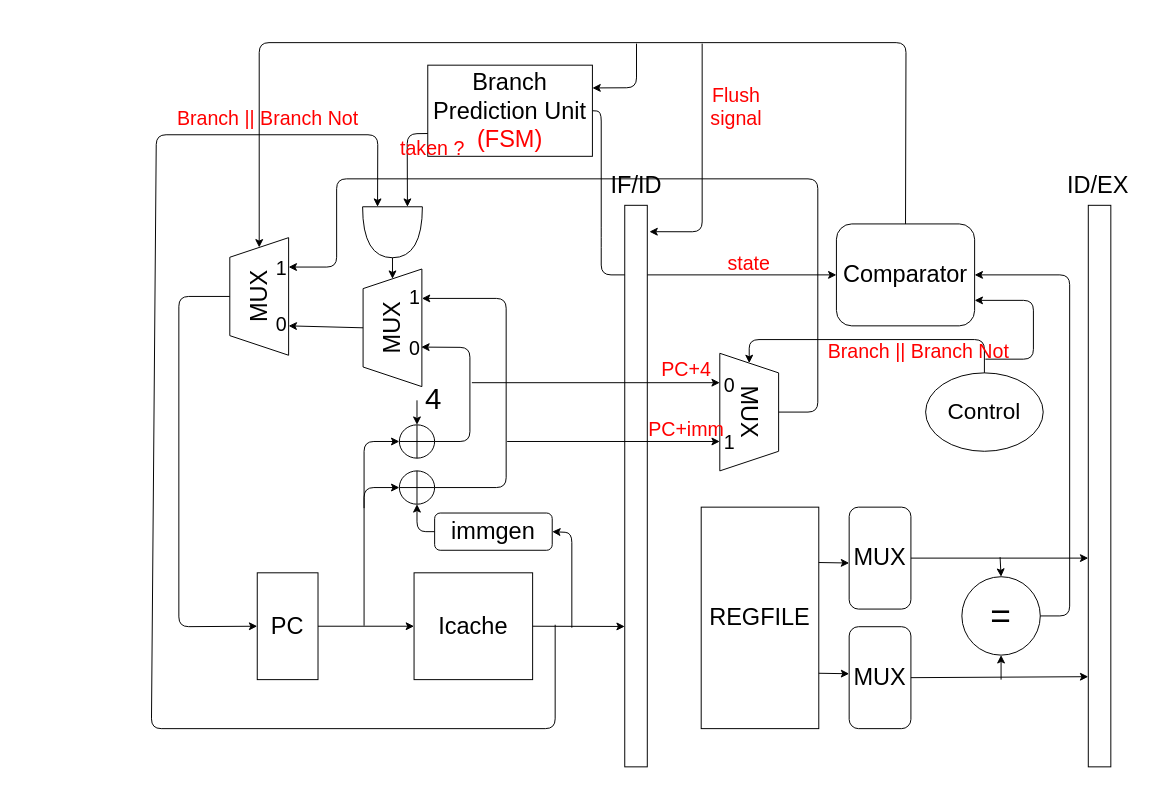
NTUEE-DSD-G1/Pipelined-RISCV keeps this draw.io diagram as page "第2頁" (2 of 3) of Pipeline.drawio. Above is the earlier version. Source tidied: cells renumbered, new cells numbered last; positions are measured from the earlier drawing's top-left corner, leaving out a move shared by most shapes. Both pictures are drawn from the tidied source at 98%, with x=0, y=0 at pixel (151, 42).
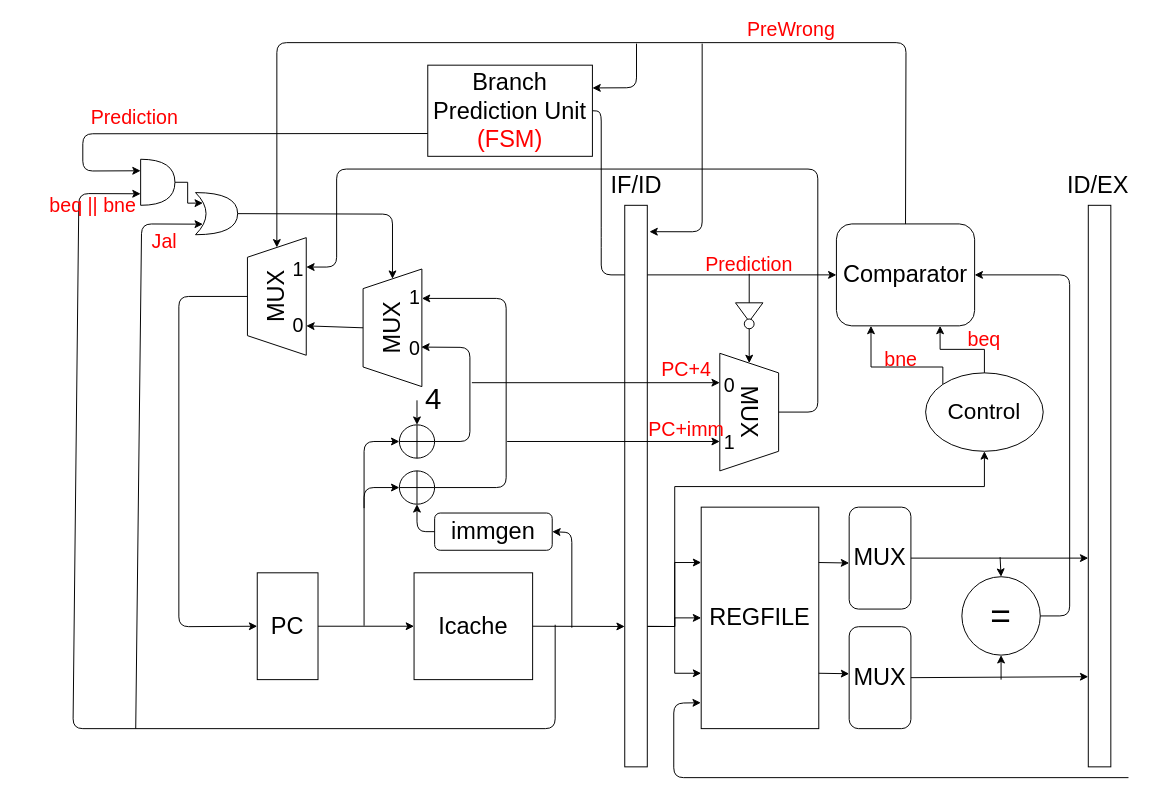
The same page after the edit.

The change refers to these unchanged cells:
```xml
<mxCell id="5" value="&lt;font style=&quot;font-size: 24px&quot;&gt;REGFILE&lt;/font&gt;" style="rounded=0;whiteSpace=wrap;html=1;" parent="1" vertex="1">
  <mxGeometry x="561" y="474" width="120" height="226" as="geometry" />
</mxCell>
<mxCell id="6" value="&lt;font style=&quot;font-size: 24px&quot;&gt;Branch Prediction Unit&lt;br&gt;&lt;font color=&quot;#ff0000&quot;&gt;(FSM)&lt;/font&gt;&lt;br&gt;&lt;/font&gt;" style="rounded=0;whiteSpace=wrap;html=1;" parent="1" vertex="1">
  <mxGeometry x="282" y="23" width="168" height="93" as="geometry" />
</mxCell>
<mxCell id="16" value="&lt;font style=&quot;font-size: 24px&quot;&gt;Comparator&lt;/font&gt;" style="rounded=1;whiteSpace=wrap;html=1;" parent="1" vertex="1">
  <mxGeometry x="699" y="185" width="141" height="104" as="geometry" />
</mxCell>
<mxCell id="19" style="rounded=0;whiteSpace=wrap;html=1;" parent="1" vertex="1">
  <mxGeometry x="483" y="166" width="23" height="573" as="geometry" />
</mxCell>
<mxCell id="34" value="&lt;font style=&quot;font-size: 24px&quot;&gt;MUX&lt;/font&gt;" style="shape=trapezoid;perimeter=trapezoidPerimeter;whiteSpace=wrap;html=1;fixedSize=1;rotation=-90;" parent="1" vertex="1">
  <mxGeometry x="186" y="261" width="120" height="60" as="geometry" />
</mxCell>
<mxCell id="38" value="&lt;font style=&quot;font-size: 24px&quot;&gt;MUX&lt;/font&gt;" style="shape=trapezoid;perimeter=trapezoidPerimeter;whiteSpace=wrap;html=1;fixedSize=1;rotation=90;" parent="1" vertex="1">
  <mxGeometry x="550" y="347" width="120" height="60" as="geometry" />
</mxCell>
<mxCell id="59" value="&lt;font style=&quot;font-size: 23px&quot;&gt;Control&lt;/font&gt;" style="ellipse;whiteSpace=wrap;html=1;" parent="1" vertex="1">
  <mxGeometry x="790" y="337" width="120" height="80" as="geometry" />
</mxCell>
```

Diff of the diagram source:
```diff
@@
+    <mxCell id="66" style="edgeStyle=orthogonalEdgeStyle;rounded=0;jettySize=auto;html=1;exitX=1;exitY=0.75;exitDx=0;exitDy=0;entryX=0;entryY=0.25;entryDx=0;entryDy=0;" parent="1" edge="1" source="19" target="5">
+      <mxGeometry relative="1" as="geometry">
+        <Array as="points">
+          <mxPoint x="534" y="596" />
+          <mxPoint x="534" y="531" />
+        </Array>
+      </mxGeometry>
+    </mxCell>
+    <mxCell id="67" style="edgeStyle=orthogonalEdgeStyle;rounded=0;jettySize=auto;html=1;exitX=1;exitY=0.75;exitDx=0;exitDy=0;entryX=0;entryY=0.5;entryDx=0;entryDy=0;" parent="1" edge="1" source="19" target="5">
+      <mxGeometry relative="1" as="geometry">
+        <Array as="points">
+          <mxPoint x="534" y="596" />
+          <mxPoint x="534" y="587" />
+        </Array>
+      </mxGeometry>
+    </mxCell>
+    <mxCell id="68" style="edgeStyle=orthogonalEdgeStyle;rounded=0;jettySize=auto;html=1;exitX=1;exitY=0.75;exitDx=0;exitDy=0;entryX=0.5;entryY=1;entryDx=0;entryDy=0;" parent="1" edge="1" source="19" target="59">
+      <mxGeometry relative="1" as="geometry">
+        <Array as="points">
+          <mxPoint x="534" y="596" />
+          <mxPoint x="534" y="453" />
+          <mxPoint x="850" y="453" />
+        </Array>
+      </mxGeometry>
+    </mxCell>
+    <mxCell id="69" style="edgeStyle=orthogonalEdgeStyle;rounded=0;jettySize=auto;html=1;exitX=1;exitY=0.75;exitDx=0;exitDy=0;entryX=0;entryY=0.75;entryDx=0;entryDy=0;" parent="1" edge="1" source="19" target="5">
+      <mxGeometry relative="1" as="geometry">
+        <Array as="points">
+          <mxPoint x="534" y="596" />
+          <mxPoint x="534" y="644" />
+        </Array>
+      </mxGeometry>
+    </mxCell>
@@
     <mxCell id="20" value="&lt;font style=&quot;font-size: 24px&quot;&gt;MUX&lt;/font&gt;" style="shape=trapezoid;perimeter=trapezoidPerimeter;whiteSpace=wrap;html=1;fixedSize=1;rotation=-90;" parent="1" vertex="1">
-      <mxGeometry x="50" y="229" width="120" height="60" as="geometry" />
+      <mxGeometry x="68" y="229" width="120" height="60" as="geometry" />
     </mxCell>
@@
     <mxCell id="43" style="endArrow=classic;html=1;exitX=0.5;exitY=0;exitDx=0;exitDy=0;entryX=0.75;entryY=1;entryDx=0;entryDy=0;" parent="1" edge="1" source="38" target="20">
       <mxGeometry relative="1" as="geometry">
         <Array as="points">
           <mxPoint x="680" y="377" />
-          <mxPoint x="680" y="139" />
-          <mxPoint x="189" y="139" />
+          <mxPoint x="680" y="129" />
+          <mxPoint x="189" y="129" />
           <mxPoint x="189" y="229" />
         </Array>
       </mxGeometry>
     </mxCell>
+    <mxCell id="70" style="edgeStyle=orthogonalEdgeStyle;rounded=0;jettySize=auto;html=1;exitX=1;exitY=0.5;exitDx=0;exitDy=0;exitPerimeter=0;entryX=0.175;entryY=0.25;entryDx=0;entryDy=0;entryPerimeter=0;" parent="1" edge="1" source="44" target="80">
+      <mxGeometry relative="1" as="geometry">
+        <Array as="points">
+          <mxPoint x="37" y="143" />
+          <mxPoint x="37" y="164" />
+        </Array>
+      </mxGeometry>
+    </mxCell>
-    <mxCell id="44" style="shape=or;whiteSpace=wrap;html=1;rotation=90;" parent="1" vertex="1">
-      <mxGeometry x="220" y="163" width="52" height="61" as="geometry" />
+    <mxCell id="44" style="shape=or;whiteSpace=wrap;html=1;rotation=0;" parent="1" vertex="1">
+      <mxGeometry x="-11" y="119" width="35" height="47" as="geometry" />
     </mxCell>
     <mxCell id="45" style="endArrow=classic;html=1;entryX=0;entryY=0.25;entryDx=0;entryDy=0;entryPerimeter=0;exitX=0;exitY=0.75;exitDx=0;exitDy=0;" parent="1" edge="1" source="6" target="44">
       <mxGeometry relative="1" as="geometry">
         <Array as="points">
-          <mxPoint x="261" y="93" />
+          <mxPoint x="-70" y="93" />
+          <mxPoint x="-70" y="131" />
         </Array>
       </mxGeometry>
     </mxCell>
     <mxCell id="46" style="endArrow=classic;html=1;entryX=0;entryY=0.75;entryDx=0;entryDy=0;entryPerimeter=0;" parent="1" edge="1" target="44">
       <mxGeometry relative="1" as="geometry">
         <mxPoint x="412" y="594" as="sourcePoint" />
         <Array as="points">
           <mxPoint x="412" y="700" />
-          <mxPoint y="700" />
-          <mxPoint x="5" y="94" />
-          <mxPoint x="231" y="94" />
+          <mxPoint x="-80" y="700" />
+          <mxPoint x="-74" y="154" />
         </Array>
       </mxGeometry>
     </mxCell>
     <mxCell id="47" style="endArrow=classic;html=1;exitX=0.5;exitY=0;exitDx=0;exitDy=0;entryX=1;entryY=0.5;entryDx=0;entryDy=0;" parent="1" edge="1" source="16" target="20">
       <mxGeometry relative="1" as="geometry">
         <Array as="points">
           <mxPoint x="770" />
-          <mxPoint x="110" />
+          <mxPoint x="128" />
         </Array>
       </mxGeometry>
     </mxCell>
@@
-    <mxCell id="49" style="endArrow=classic;html=1;exitX=1;exitY=0.5;exitDx=0;exitDy=0;exitPerimeter=0;entryX=1;entryY=0.5;entryDx=0;entryDy=0;" parent="1" edge="1" source="44" target="34">
-      <mxGeometry relative="1" as="geometry" />
-    </mxCell>
     <mxCell id="50" value="&lt;font style=&quot;font-size: 20px&quot;&gt;0&lt;/font&gt;" style="text;html=1;strokeColor=none;fillColor=none;align=center;verticalAlign=middle;whiteSpace=wrap;rounded=0;" parent="1" vertex="1">
-      <mxGeometry x="113" y="277" width="40" height="20" as="geometry" />
+      <mxGeometry x="130" y="277.5" width="40" height="20" as="geometry" />
     </mxCell>
@@
     <mxCell id="53" value="&lt;font style=&quot;font-size: 20px&quot;&gt;1&lt;/font&gt;" style="text;html=1;strokeColor=none;fillColor=none;align=center;verticalAlign=middle;whiteSpace=wrap;rounded=0;" parent="1" vertex="1">
-      <mxGeometry x="113" y="220" width="40" height="20" as="geometry" />
+      <mxGeometry x="130" y="220.5" width="40" height="20" as="geometry" />
     </mxCell>
@@
-    <mxCell id="56" value="&lt;font style=&quot;font-size: 20px&quot; color=&quot;#ff0000&quot;&gt;state&lt;/font&gt;" style="text;html=1;strokeColor=none;fillColor=none;align=center;verticalAlign=middle;whiteSpace=wrap;rounded=0;" parent="1" vertex="1">
-      <mxGeometry x="529" y="214" width="162" height="20" as="geometry" />
+    <mxCell id="56" value="&lt;font style=&quot;font-size: 20px&quot; color=&quot;#ff0000&quot;&gt;Prediction&lt;/font&gt;" style="text;html=1;strokeColor=none;fillColor=none;align=center;verticalAlign=middle;whiteSpace=wrap;rounded=0;" parent="1" vertex="1">
+      <mxGeometry x="529" y="216" width="162" height="20" as="geometry" />
     </mxCell>
-    <mxCell id="57" style="endArrow=classic;html=1;entryX=0;entryY=0.5;entryDx=0;entryDy=0;exitX=0.5;exitY=0;exitDx=0;exitDy=0;" parent="1" edge="1" source="59" target="38">
-      <mxGeometry relative="1" as="geometry">
-        <Array as="points">
-          <mxPoint x="850" y="303" />
-          <mxPoint x="610" y="303" />
-        </Array>
-      </mxGeometry>
-    </mxCell>
-    <mxCell id="58" style="endArrow=classic;html=1;entryX=1;entryY=0.75;entryDx=0;entryDy=0;" parent="1" edge="1" target="16">
-      <mxGeometry relative="1" as="geometry">
-        <mxPoint x="851" y="323" as="sourcePoint" />
-        <Array as="points">
-          <mxPoint x="900" y="323" />
-          <mxPoint x="900" y="263" />
-        </Array>
-      </mxGeometry>
-    </mxCell>
+    <mxCell id="71" style="edgeStyle=orthogonalEdgeStyle;rounded=0;jettySize=auto;html=1;exitX=0;exitY=0;exitDx=0;exitDy=0;entryX=0.25;entryY=1;entryDx=0;entryDy=0;" parent="1" edge="1" source="59" target="16">
+      <mxGeometry relative="1" as="geometry">
+        <Array as="points">
+          <mxPoint x="808" y="331" />
+          <mxPoint x="734" y="331" />
+        </Array>
+      </mxGeometry>
+    </mxCell>
+    <mxCell id="72" style="edgeStyle=orthogonalEdgeStyle;rounded=0;jettySize=auto;html=1;exitX=0.5;exitY=0;exitDx=0;exitDy=0;entryX=0.75;entryY=1;entryDx=0;entryDy=0;" parent="1" edge="1" source="59" target="16">
+      <mxGeometry relative="1" as="geometry" />
+    </mxCell>
@@
-    <mxCell id="60" value="&lt;font style=&quot;font-size: 20px&quot; color=&quot;#ff0000&quot;&gt;Branch || Branch Not&lt;/font&gt;" style="text;html=1;strokeColor=none;fillColor=none;align=center;verticalAlign=middle;whiteSpace=wrap;rounded=0;" parent="1" vertex="1">
-      <mxGeometry x="670" y="305" width="226" height="18" as="geometry" />
-    </mxCell>
@@
-    <mxCell id="62" value="&lt;font style=&quot;font-size: 20px&quot; color=&quot;#ff0000&quot;&gt;Branch || Branch Not&lt;/font&gt;" style="text;html=1;strokeColor=none;fillColor=none;align=center;verticalAlign=middle;whiteSpace=wrap;rounded=0;" parent="1" vertex="1">
-      <mxGeometry x="6" y="68" width="226" height="18" as="geometry" />
+    <mxCell id="62" value="&lt;font style=&quot;font-size: 20px&quot; color=&quot;#ff0000&quot;&gt;beq || bne&lt;/font&gt;" style="text;html=1;strokeColor=none;fillColor=none;align=center;verticalAlign=middle;whiteSpace=wrap;rounded=0;" parent="1" vertex="1">
+      <mxGeometry x="-137" y="156" width="155" height="18" as="geometry" />
     </mxCell>
-    <mxCell id="63" value="&lt;font style=&quot;font-size: 20px&quot; color=&quot;#ff0000&quot;&gt;taken ?&lt;/font&gt;" style="text;html=1;strokeColor=none;fillColor=none;align=center;verticalAlign=middle;whiteSpace=wrap;rounded=0;" parent="1" vertex="1">
-      <mxGeometry x="253" y="98" width="68" height="18" as="geometry" />
-    </mxCell>
@@
-    <mxCell id="65" value="&lt;font style=&quot;font-size: 20px&quot; color=&quot;#ff0000&quot;&gt;Flush signal&lt;/font&gt;" style="text;html=1;strokeColor=none;fillColor=none;align=center;verticalAlign=middle;whiteSpace=wrap;rounded=0;" parent="1" vertex="1">
-      <mxGeometry x="559" y="55" width="76" height="20" as="geometry" />
+    <mxCell id="65" value="&lt;font style=&quot;font-size: 20px&quot; color=&quot;#ff0000&quot;&gt;PreWrong&lt;/font&gt;" style="text;html=1;strokeColor=none;fillColor=none;align=center;verticalAlign=middle;whiteSpace=wrap;rounded=0;" parent="1" vertex="1">
+      <mxGeometry x="615" y="-24" width="76" height="20" as="geometry" />
     </mxCell>
+    <mxCell id="73" style="endArrow=classic;html=1;entryX=-0.003;entryY=0.883;entryDx=0;entryDy=0;entryPerimeter=0;" parent="1" edge="1" target="5">
+      <mxGeometry relative="1" as="geometry">
+        <mxPoint x="997" y="750" as="sourcePoint" />
+        <Array as="points">
+          <mxPoint x="533" y="750" />
+          <mxPoint x="533" y="674" />
+        </Array>
+      </mxGeometry>
+    </mxCell>
+    <mxCell id="74" style="endArrow=classic;html=1;entryX=0;entryY=0.5;entryDx=0;entryDy=0;" parent="1" edge="1" target="38">
+      <mxGeometry relative="1" as="geometry">
+        <mxPoint x="610" y="236" as="sourcePoint" />
+      </mxGeometry>
+    </mxCell>
+    <mxCell id="75" value="&lt;font style=&quot;font-size: 20px&quot; color=&quot;#ff0000&quot;&gt;Prediction&lt;/font&gt;" style="text;html=1;strokeColor=none;fillColor=none;align=center;verticalAlign=middle;whiteSpace=wrap;rounded=0;" parent="1" vertex="1">
+      <mxGeometry x="-98" y="66" width="162" height="20" as="geometry" />
+    </mxCell>
+    <mxCell id="76" style="triangle;whiteSpace=wrap;html=1;rotation=90;" parent="1" vertex="1">
+      <mxGeometry x="600.5" y="261" width="19" height="28" as="geometry" />
+    </mxCell>
+    <mxCell id="77" style="ellipse;whiteSpace=wrap;html=1;" parent="1" vertex="1">
+      <mxGeometry x="605" y="282" width="10" height="10" as="geometry" />
+    </mxCell>
+    <mxCell id="78" value="&lt;font style=&quot;font-size: 20px&quot; color=&quot;#ff0000&quot;&gt;bne&lt;/font&gt;" style="text;html=1;strokeColor=none;fillColor=none;align=center;verticalAlign=middle;whiteSpace=wrap;rounded=0;" parent="1" vertex="1">
+      <mxGeometry x="684" y="312" width="162" height="20" as="geometry" />
+    </mxCell>
+    <mxCell id="79" value="&lt;font style=&quot;font-size: 20px&quot; color=&quot;#ff0000&quot;&gt;beq&lt;/font&gt;" style="text;html=1;strokeColor=none;fillColor=none;align=center;verticalAlign=middle;whiteSpace=wrap;rounded=0;" parent="1" vertex="1">
+      <mxGeometry x="769" y="292" width="162" height="20" as="geometry" />
+    </mxCell>
+    <mxCell id="80" style="shape=xor;whiteSpace=wrap;html=1;" parent="1" vertex="1">
+      <mxGeometry x="45" y="153" width="43" height="43" as="geometry" />
+    </mxCell>
+    <mxCell id="81" style="endArrow=classic;html=1;entryX=0.175;entryY=0.75;entryDx=0;entryDy=0;entryPerimeter=0;" parent="1" edge="1" target="80">
+      <mxGeometry relative="1" as="geometry">
+        <mxPoint x="-16" y="700" as="sourcePoint" />
+        <Array as="points">
+          <mxPoint x="-10" y="185" />
+        </Array>
+      </mxGeometry>
+    </mxCell>
+    <mxCell id="82" value="&lt;font style=&quot;font-size: 20px&quot; color=&quot;#ff0000&quot;&gt;Jal&lt;/font&gt;" style="text;html=1;strokeColor=none;fillColor=none;align=center;verticalAlign=middle;whiteSpace=wrap;rounded=0;" parent="1" vertex="1">
+      <mxGeometry x="-31" y="193" width="88.5" height="18" as="geometry" />
+    </mxCell>
+    <mxCell id="83" style="endArrow=classic;html=1;exitX=1;exitY=0.5;exitDx=0;exitDy=0;exitPerimeter=0;entryX=1;entryY=0.5;entryDx=0;entryDy=0;" parent="1" edge="1" source="80" target="34">
+      <mxGeometry relative="1" as="geometry">
+        <Array as="points">
+          <mxPoint x="246" y="175" />
+        </Array>
+      </mxGeometry>
+    </mxCell>
```
